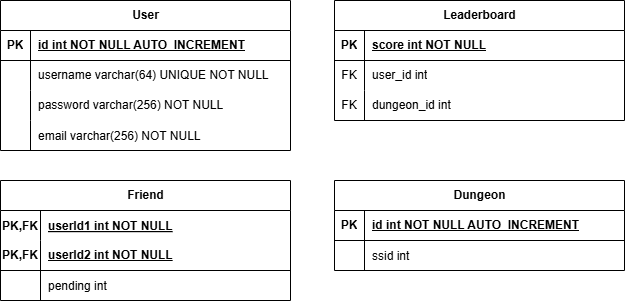
smanedn/ColorfulSongs keeps this draw.io diagram as 7_Allegati/DataBase/Schema-Logico-DB.png. Above is the earlier version. Source tidied: cells renumbered, new cells last; positions are measured from the earlier drawing's top-left corner, leaving out a move shared by most shapes.
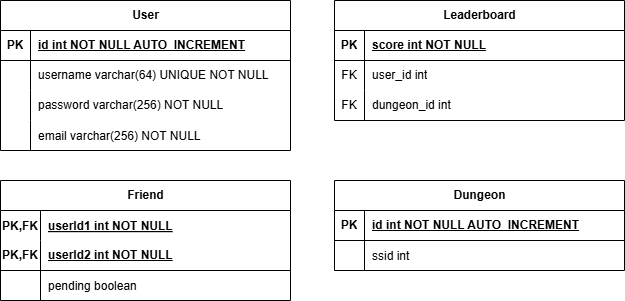
Later version of the same file.

Diff of the diagram source:
```diff
@@ -119,7 +119,7 @@
     <mxCell id="40" style="shape=partialRectangle;fillColor=none;top=0;left=0;bottom=0;right=0;overflow=hidden;" parent="39" vertex="1">
       <mxGeometry width="40" height="30" as="geometry" />
     </mxCell>
-    <mxCell id="41" value="pending int" style="shape=partialRectangle;fillColor=none;top=0;left=0;bottom=0;right=0;align=left;spacingLeft=6;overflow=hidden;" parent="39" vertex="1">
+    <mxCell id="41" value="pending boolean" style="shape=partialRectangle;fillColor=none;top=0;left=0;bottom=0;right=0;align=left;spacingLeft=6;overflow=hidden;" parent="39" vertex="1">
       <mxGeometry x="40" width="250" height="30" as="geometry" />
     </mxCell>
   </root>
```
